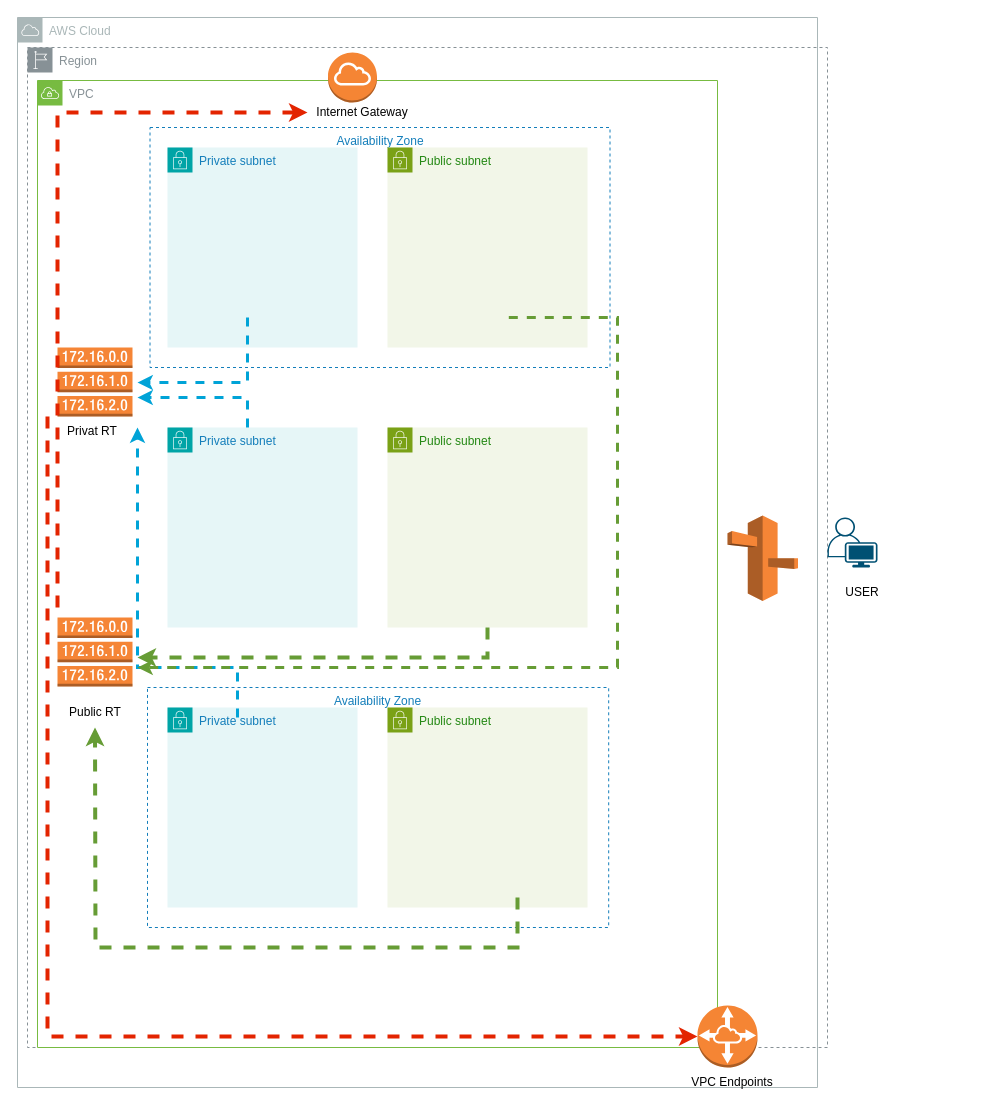
Earlier version of the draw.io diagram Untitled Diagram.drawio (freyac777/New). Source tidied: cells renumbered, new cells numbered last; positions are measured from the earlier drawing's top-left corner, leaving out a move shared by most shapes. Both pictures are drawn from the tidied source at 100%, with x=0, y=0 at pixel (17, 17).
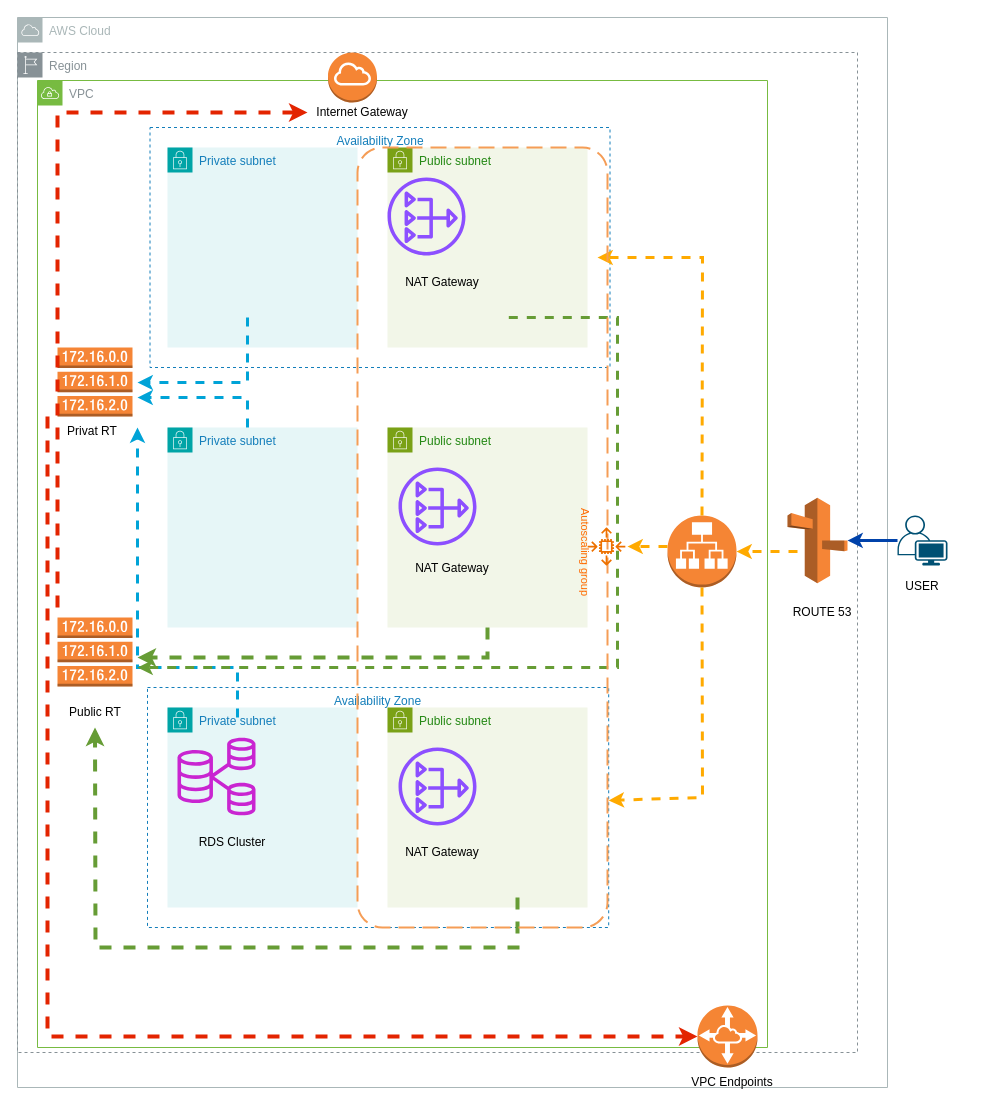
The same diagram, later.

Unchanged cells that the change refers to:
```xml
<mxCell id="8" value="Availability Zone" style="fillColor=none;strokeColor=#147EBA;dashed=1;verticalAlign=top;fontStyle=0;fontColor=#147EBA;whiteSpace=wrap;html=1;" parent="1" vertex="1">
  <mxGeometry x="130" y="670" width="461.2" height="240" as="geometry" />
</mxCell>
<mxCell id="21" value="Public subnet" style="points=[[0,0],[0.25,0],[0.5,0],[0.75,0],[1,0],[1,0.25],[1,0.5],[1,0.75],[1,1],[0.75,1],[0.5,1],[0.25,1],[0,1],[0,0.75],[0,0.5],[0,0.25]];outlineConnect=0;gradientColor=none;html=1;whiteSpace=wrap;fontSize=12;fontStyle=0;shape=mxgraph.aws4.group;grIcon=mxgraph.aws4.group_security_group;grStroke=0;strokeColor=#7AA116;fillColor=#F2F6E8;verticalAlign=top;align=left;spacingLeft=30;fontColor=#248814;dashed=0;" parent="1" vertex="1">
  <mxGeometry x="370" y="410" width="200" height="200" as="geometry" />
</mxCell>
<mxCell id="22" value="Public subnet" style="gradientColor=none;html=1;whiteSpace=wrap;fontSize=12;fontStyle=0;shape=mxgraph.aws4.group;grIcon=mxgraph.aws4.group_security_group;grStroke=0;strokeColor=#7AA116;fillColor=#F2F6E8;verticalAlign=top;align=left;spacingLeft=30;fontColor=#248814;dashed=0;" parent="1" vertex="1">
  <mxGeometry x="370" y="690" width="200" height="200" as="geometry" />
</mxCell>
```

The edit, as a diff of the source:
```diff
@@
     <mxCell id="2" value="AWS Cloud" style="sketch=0;gradientColor=none;html=1;whiteSpace=wrap;fontSize=12;fontStyle=0;shape=mxgraph.aws4.group;grIcon=mxgraph.aws4.group_aws_cloud;strokeColor=#AAB7B8;fillColor=none;verticalAlign=top;align=left;spacingLeft=30;fontColor=#AAB7B8;dashed=0;" parent="1" vertex="1">
-      <mxGeometry width="800" height="1070" as="geometry" />
+      <mxGeometry width="870" height="1070" as="geometry" />
     </mxCell>
     <mxCell id="3" value="Region" style="sketch=0;gradientColor=none;html=1;whiteSpace=wrap;fontSize=12;fontStyle=0;shape=mxgraph.aws4.group;grIcon=mxgraph.aws4.group_region;strokeColor=#879196;fillColor=none;verticalAlign=top;align=left;spacingLeft=30;fontColor=#879196;dashed=1;" parent="1" vertex="1">
-      <mxGeometry x="10" y="30" width="800" height="1000" as="geometry" />
+      <mxGeometry y="35" width="840" height="1000" as="geometry" />
     </mxCell>
     <mxCell id="4" value="VPC" style="sketch=0;gradientColor=none;html=1;whiteSpace=wrap;fontSize=12;fontStyle=0;shape=mxgraph.aws4.group;grIcon=mxgraph.aws4.group_vpc;strokeColor=#77bb41;fillColor=none;verticalAlign=top;align=left;spacingLeft=30;fontColor=#879196;dashed=0;" parent="1" vertex="1">
-      <mxGeometry x="20" y="63" width="680" height="967" as="geometry" />
+      <mxGeometry x="20" y="63" width="730" height="967" as="geometry" />
     </mxCell>
@@
+    <mxCell id="32" value="NAT Gateway" style="text;html=1;align=center;verticalAlign=middle;whiteSpace=wrap;rounded=0;" parent="21" vertex="1">
+      <mxGeometry x="10" y="125.8" width="110" height="30" as="geometry" />
+    </mxCell>
@@
+    <mxCell id="33" style="sketch=0;fontColor=#232F3E;gradientColor=none;fillColor=#8C4FFF;strokeColor=none;dashed=0;verticalLabelPosition=bottom;verticalAlign=top;align=center;html=1;fontSize=12;fontStyle=0;shape=mxgraph.aws4.nat_gateway;" parent="22" vertex="1">
+      <mxGeometry x="11" y="40" width="78" height="78" as="geometry" />
+    </mxCell>
@@
     <mxCell id="29" style="points=[[0.35,0,0],[0.98,0.51,0],[1,0.71,0],[0.67,1,0],[0,0.795,0],[0,0.65,0]];verticalLabelPosition=bottom;sketch=0;html=1;verticalAlign=top;align=center;shape=mxgraph.cisco19.user;fillColor=#005073;strokeColor=none;" parent="1" vertex="1">
-      <mxGeometry x="810" y="500" width="50" height="50" as="geometry" />
+      <mxGeometry x="880" y="498" width="50" height="50" as="geometry" />
     </mxCell>
     <mxCell id="30" value="USER" style="text;html=1;align=center;verticalAlign=middle;whiteSpace=wrap;rounded=0;" parent="1" vertex="1">
-      <mxGeometry x="790" y="560" width="110" height="30" as="geometry" />
+      <mxGeometry x="850" y="553.5" width="110" height="30" as="geometry" />
     </mxCell>
     <mxCell id="31" style="outlineConnect=0;dashed=0;verticalLabelPosition=bottom;verticalAlign=top;align=center;html=1;shape=mxgraph.aws3.route_53;fillColor=#F58536;gradientColor=none;" parent="1" vertex="1">
-      <mxGeometry x="710" y="498" width="70.5" height="85.5" as="geometry" />
+      <mxGeometry x="770" y="480.2" width="60" height="85.5" as="geometry" />
     </mxCell>
+    <mxCell id="34" value="ROUTE 53" style="text;html=1;align=center;verticalAlign=middle;whiteSpace=wrap;rounded=0;" parent="1" vertex="1">
+      <mxGeometry x="750.2" y="580" width="110" height="30" as="geometry" />
+    </mxCell>
+    <mxCell id="35" style="outlineConnect=0;dashed=0;verticalLabelPosition=bottom;verticalAlign=top;align=center;html=1;shape=mxgraph.aws3.application_load_balancer;fillColor=#F58534;gradientColor=none;" parent="1" vertex="1">
+      <mxGeometry x="650" y="498" width="69" height="72" as="geometry" />
+    </mxCell>
+    <mxCell id="36" style="endArrow=classic;html=1;rounded=0;strokeColor=#0042aa;strokeWidth=3;" parent="1" edge="1" source="29" target="31">
+      <mxGeometry relative="1" as="geometry" />
+    </mxCell>
+    <mxCell id="37" style="html=1;labelBackgroundColor=#ffffff;startArrow=none;startFill=0;startSize=6;endArrow=classic;endFill=1;endSize=6;jettySize=auto;strokeWidth=3;dashed=1;fontSize=14;rounded=0;strokeColor=#ffaa00;" parent="1" edge="1" target="35">
+      <mxGeometry relative="1" as="geometry">
+        <mxPoint x="780" y="534" as="sourcePoint" />
+      </mxGeometry>
+    </mxCell>
+    <mxCell id="38" style="html=1;labelBackgroundColor=#ffffff;startArrow=none;startFill=0;startSize=6;endArrow=classic;endFill=1;endSize=6;jettySize=auto;strokeWidth=3;dashed=1;fontSize=14;rounded=0;strokeColor=#ffaa00;exitX=0.5;exitY=0;exitDx=0;exitDy=0;exitPerimeter=0;" parent="1" edge="1" source="35">
+      <mxGeometry relative="1" as="geometry">
+        <mxPoint x="580" y="240" as="targetPoint" />
+        <Array as="points">
+          <mxPoint x="685" y="240" />
+        </Array>
+      </mxGeometry>
+    </mxCell>
+    <mxCell id="39" style="html=1;labelBackgroundColor=#ffffff;startArrow=none;startFill=0;startSize=6;endArrow=classic;endFill=1;endSize=6;jettySize=auto;strokeWidth=3;dashed=1;fontSize=14;rounded=0;strokeColor=#ffaa00;exitX=0.5;exitY=1;exitDx=0;exitDy=0;exitPerimeter=0;" parent="1" edge="1" source="35" target="8">
+      <mxGeometry relative="1" as="geometry">
+        <Array as="points">
+          <mxPoint x="685" y="780" />
+        </Array>
+      </mxGeometry>
+    </mxCell>
+    <mxCell id="40" style="html=1;labelBackgroundColor=#ffffff;startArrow=none;startFill=0;startSize=6;endArrow=classic;endFill=1;endSize=6;jettySize=auto;strokeWidth=3;dashed=1;fontSize=14;rounded=0;strokeColor=#ffaa00;" parent="1" edge="1" source="35">
+      <mxGeometry relative="1" as="geometry">
+        <mxPoint x="610" y="529" as="targetPoint" />
+        <Array as="points">
+          <mxPoint x="650" y="529" />
+        </Array>
+      </mxGeometry>
+    </mxCell>
+    <mxCell id="41" value="NAT Gateway" style="text;html=1;align=center;verticalAlign=middle;whiteSpace=wrap;rounded=0;" parent="1" vertex="1">
+      <mxGeometry x="370" y="820" width="110" height="30" as="geometry" />
+    </mxCell>
+    <mxCell id="42" style="sketch=0;fontColor=#232F3E;gradientColor=none;fillColor=#8C4FFF;strokeColor=none;dashed=0;verticalLabelPosition=bottom;verticalAlign=top;align=center;html=1;fontSize=12;fontStyle=0;shape=mxgraph.aws4.nat_gateway;" parent="1" vertex="1">
+      <mxGeometry x="381" y="450" width="78" height="78" as="geometry" />
+    </mxCell>
+    <mxCell id="43" style="sketch=0;fontColor=#232F3E;gradientColor=none;fillColor=#8C4FFF;strokeColor=none;dashed=0;verticalLabelPosition=bottom;verticalAlign=top;align=center;html=1;fontSize=12;fontStyle=0;shape=mxgraph.aws4.nat_gateway;" parent="1" vertex="1">
+      <mxGeometry x="370" y="160" width="78" height="78" as="geometry" />
+    </mxCell>
+    <mxCell id="44" value="NAT Gateway" style="text;html=1;align=center;verticalAlign=middle;whiteSpace=wrap;rounded=0;" parent="1" vertex="1">
+      <mxGeometry x="370" y="250" width="110" height="30" as="geometry" />
+    </mxCell>
+    <mxCell id="45" style="rounded=1;arcSize=10;dashed=1;strokeColor=#F59D56;fillColor=none;gradientColor=none;dashPattern=8 4;strokeWidth=2;" parent="1" vertex="1">
+      <mxGeometry x="340" y="130" width="250" height="780" as="geometry" />
+    </mxCell>
+    <mxCell id="46" style="sketch=0;fontColor=#232F3E;gradientColor=none;fillColor=#ED7100;strokeColor=none;dashed=0;verticalLabelPosition=bottom;verticalAlign=top;align=center;html=1;fontSize=12;fontStyle=0;shape=mxgraph.aws4.auto_scaling2;" parent="1" vertex="1">
+      <mxGeometry x="570" y="510" width="38" height="38" as="geometry" />
+    </mxCell>
+    <mxCell id="47" value="Autoscaling group" style="text;html=1;align=center;verticalAlign=middle;whiteSpace=wrap;rounded=0;rotation=90;fontSize=11;fontColor=#ff6a00;" parent="1" vertex="1">
+      <mxGeometry x="520" y="522.5" width="95" height="25" as="geometry" />
+    </mxCell>
+    <mxCell id="48" style="sketch=0;fontColor=#232F3E;gradientColor=none;fillColor=#C925D1;strokeColor=none;dashed=0;verticalLabelPosition=bottom;verticalAlign=top;align=center;html=1;fontSize=12;fontStyle=0;shape=mxgraph.aws4.rds_multi_az_db_cluster;" parent="1" vertex="1">
+      <mxGeometry x="160" y="720" width="78" height="78" as="geometry" />
+    </mxCell>
+    <mxCell id="49" value="RDS Cluster" style="text;html=1;align=center;verticalAlign=middle;whiteSpace=wrap;rounded=0;" parent="1" vertex="1">
+      <mxGeometry x="160" y="810" width="110" height="30" as="geometry" />
+    </mxCell>
```
